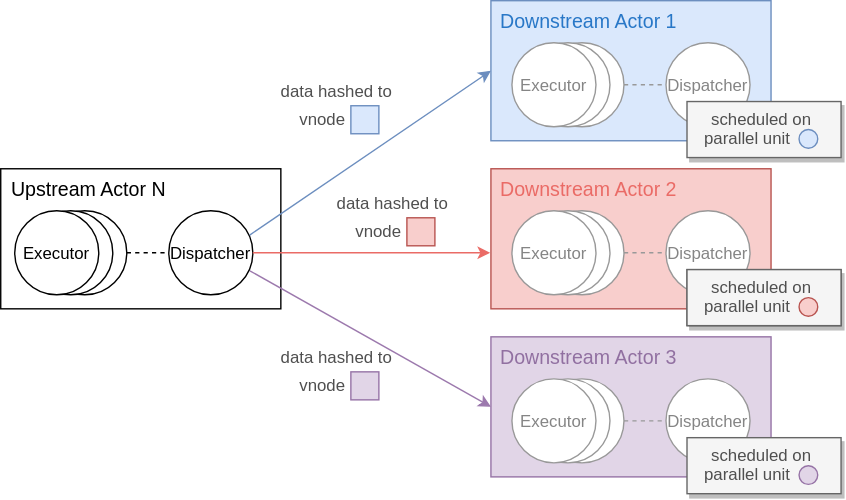
risingwavelabs/risingwave keeps this draw.io diagram as docs/images/consistent-hash/actor-data.svg. Above is the earlier version. Source tidied: cells renumbered, new cells last; positions are measured from the earlier drawing's top-left corner, leaving out a move shared by most shapes.
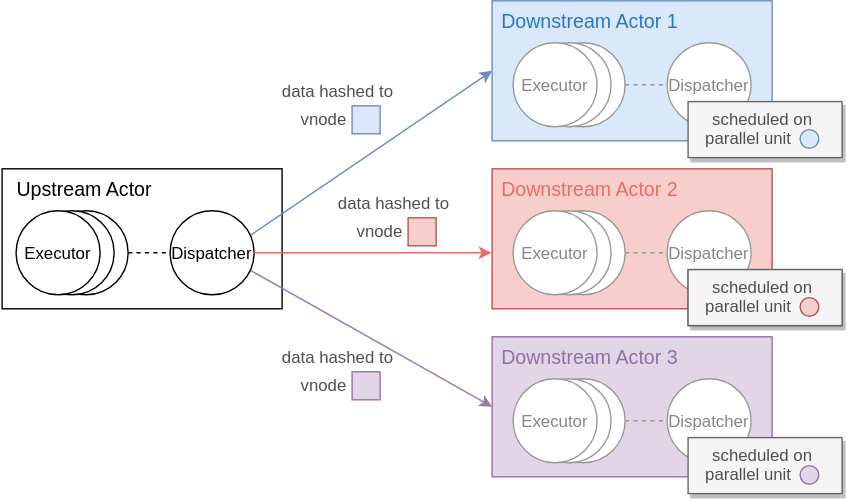
The same file after the commit.

Diff of the diagram source:
```diff
@@ -5,8 +5,8 @@
     <mxCell id="2" style="rounded=0;whiteSpace=wrap;html=1;labelBorderColor=none;" parent="1" vertex="1">
       <mxGeometry y="120" width="200" height="100" as="geometry" />
     </mxCell>
-    <mxCell id="3" value="&lt;font style=&quot;font-size: 14px;&quot;&gt;Upstream Actor N&lt;/font&gt;" style="text;html=1;align=center;verticalAlign=middle;whiteSpace=wrap;rounded=0;" parent="1" vertex="1">
-      <mxGeometry x="3" y="120" width="120" height="30" as="geometry" />
+    <mxCell id="3" value="&lt;font style=&quot;font-size: 14px;&quot;&gt;Upstream Actor&lt;/font&gt;" style="text;html=1;align=center;verticalAlign=middle;whiteSpace=wrap;rounded=0;" parent="1" vertex="1">
+      <mxGeometry x="-1" y="120" width="120" height="30" as="geometry" />
     </mxCell>
     <mxCell id="4" value="&lt;font style=&quot;font-size: 12px;&quot;&gt;Dispatcher&lt;/font&gt;" style="ellipse;whiteSpace=wrap;html=1;fontSize=14;" parent="1" vertex="1">
       <mxGeometry x="120" y="150" width="60" height="60" as="geometry" />
```
